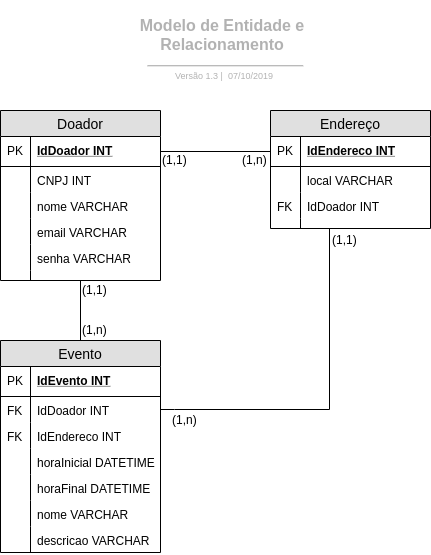
Before: docs/assets/images/doc-arquitetura/MER.png, a diagram exported from draw.io (fga-eps-mds/2019.2-FoodCare). Source tidied: cells renumbered, new cells last; positions are measured from the earlier drawing's top-left corner, leaving out a move shared by most shapes.
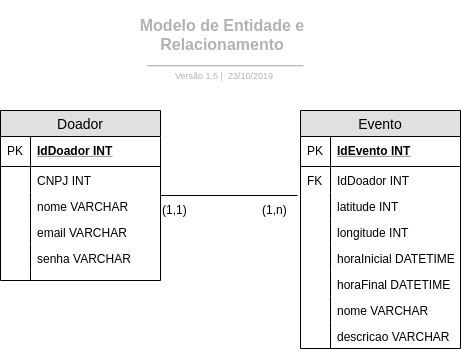
Above is the later version.

Commit message:
Refatora imagens no doc_arquitetura

Change to the diagram source:
```diff
@@ -14,7 +14,7 @@
     <mxCell id="5" style="html=1;jettySize=18;fontSize=11;strokeColor=#b2b2b2;strokeOpacity=100;strokeWidth=1.2;rounded=1;arcSize=16;startArrow=none;endArrow=none;exitX=0.11699004487890208;exitY=0.9673824779331781;exitPerimeter=1;entryX=0.892957226153803;entryY=0.9673824779331781;entryPerimeter=1;" parent="3" edge="1" source="4" target="4">
       <mxGeometry relative="1" as="geometry" />
     </mxCell>
-    <mxCell id="6" value="Versão 1.3 |&amp;nbsp; 07/10/2019" style="html=1;whiteSpace=wrap;fontSize=9;fontColor=#b2b2b2;align=center;spacingLeft=5.628;spacingRight=9.38;spacingTop=2.68;spacing=4;strokeOpacity=0;fillOpacity=0;rounded=1;absoluteArcSize=1;arcSize=9.6;fillColor=#ffffff;strokeWidth=1.2;" parent="3" vertex="1">
+    <mxCell id="6" value="Versão 1.5 |&amp;nbsp; 23/10/2019" style="html=1;whiteSpace=wrap;fontSize=9;fontColor=#b2b2b2;align=center;spacingLeft=5.628;spacingRight=9.38;spacingTop=2.68;spacing=4;strokeOpacity=0;fillOpacity=0;rounded=1;absoluteArcSize=1;arcSize=9.6;fillColor=#ffffff;strokeWidth=1.2;" parent="3" vertex="1">
       <mxGeometry x="1.7" y="65.2" width="188.3" height="17.8" as="geometry" />
     </mxCell>
     <mxCell id="7" value="Doador" style="swimlane;fontStyle=0;horizontal=1;startSize=26;fillColor=#e0e0e0;swimlaneFillColor=#ffffff;align=center;fontSize=14;" parent="1" vertex="1">
@@ -56,41 +56,11 @@
     <mxCell id="19" style="shape=partialRectangle;top=0;left=0;bottom=0;fillColor=none;align=left;verticalAlign=top;spacingLeft=4;spacingRight=4;overflow=hidden;fontSize=12;" parent="18" vertex="1">
       <mxGeometry width="30" height="10" as="geometry" />
     </mxCell>
-    <mxCell id="20" style="edgeStyle=orthogonalEdgeStyle;rounded=0;jettySize=auto;html=1;exitX=1;exitY=0.5;exitDx=0;exitDy=0;endArrow=none;endFill=0;entryX=0;entryY=0.5;entryDx=0;entryDy=0;" parent="1" edge="1" source="8" target="22">
-      <mxGeometry relative="1" as="geometry" />
-    </mxCell>
-    <mxCell id="21" value="Endereço" style="swimlane;fontStyle=0;horizontal=1;startSize=26;fillColor=#e0e0e0;swimlaneFillColor=#ffffff;align=center;fontSize=14;" parent="1" vertex="1">
-      <mxGeometry x="270" y="110" width="160" height="118" as="geometry" />
-    </mxCell>
-    <mxCell id="22" value="IdEndereco INT" style="shape=partialRectangle;top=0;left=0;right=0;bottom=1;align=left;verticalAlign=middle;fillColor=none;spacingLeft=34;spacingRight=4;overflow=hidden;points=[[0,0.5],[1,0.5]];portConstraint=eastwest;fontStyle=5;fontSize=12;" parent="21" vertex="1">
-      <mxGeometry y="26" width="160" height="30" as="geometry" />
-    </mxCell>
-    <mxCell id="23" value="PK" style="shape=partialRectangle;top=0;left=0;bottom=0;fillColor=none;align=left;verticalAlign=middle;spacingLeft=4;spacingRight=4;overflow=hidden;fontSize=12;" parent="22" vertex="1">
-      <mxGeometry width="30" height="30" as="geometry" />
-    </mxCell>
-    <mxCell id="24" value="local VARCHAR" style="shape=partialRectangle;top=0;left=0;right=0;bottom=0;align=left;verticalAlign=top;fillColor=none;spacingLeft=34;spacingRight=4;overflow=hidden;fontSize=12;" parent="21" vertex="1">
-      <mxGeometry y="56" width="160" height="26" as="geometry" />
-    </mxCell>
-    <mxCell id="25" style="shape=partialRectangle;top=0;left=0;bottom=0;fillColor=none;align=left;verticalAlign=top;spacingLeft=4;spacingRight=4;overflow=hidden;fontSize=12;" parent="24" vertex="1">
-      <mxGeometry width="30" height="26" as="geometry" />
-    </mxCell>
-    <mxCell id="26" value="IdDoador INT" style="shape=partialRectangle;top=0;left=0;right=0;bottom=0;align=left;verticalAlign=top;fillColor=none;spacingLeft=34;spacingRight=4;overflow=hidden;fontSize=12;" parent="21" vertex="1">
-      <mxGeometry y="82" width="160" height="26" as="geometry" />
-    </mxCell>
-    <mxCell id="27" value="FK" style="shape=partialRectangle;top=0;left=0;bottom=0;fillColor=none;align=left;verticalAlign=top;spacingLeft=4;spacingRight=4;overflow=hidden;fontSize=12;" parent="26" vertex="1">
-      <mxGeometry width="30" height="26" as="geometry" />
-    </mxCell>
-    <mxCell id="28" style="shape=partialRectangle;top=0;left=0;right=0;bottom=0;align=left;verticalAlign=top;fillColor=none;spacingLeft=34;spacingRight=4;overflow=hidden;points=[[0,0.5],[1,0.5]];portConstraint=eastwest;fontSize=12;" parent="21" vertex="1">
-      <mxGeometry y="108" width="160" height="10" as="geometry" />
-    </mxCell>
-    <mxCell id="29" style="shape=partialRectangle;top=0;left=0;bottom=0;fillColor=none;align=left;verticalAlign=top;spacingLeft=4;spacingRight=4;overflow=hidden;fontSize=12;" parent="28" vertex="1">
-      <mxGeometry width="30" height="10" as="geometry" />
-    </mxCell>
-    <mxCell id="30" style="edgeStyle=orthogonalEdgeStyle;rounded=0;jettySize=auto;html=1;exitX=0.5;exitY=0;exitDx=0;exitDy=0;endArrow=none;endFill=0;" parent="1" edge="1" source="31" target="7">
+    <mxCell id="30" style="edgeStyle=orthogonalEdgeStyle;rounded=0;jettySize=auto;html=1;endArrow=none;endFill=0;exitX=-0.019;exitY=0.115;exitDx=0;exitDy=0;exitPerimeter=0;" parent="1" edge="1" source="36" target="7">
       <mxGeometry relative="1" as="geometry" />
     </mxCell>
     <mxCell id="31" value="Evento" style="swimlane;fontStyle=0;horizontal=1;startSize=26;fillColor=#e0e0e0;swimlaneFillColor=#ffffff;align=center;fontSize=14;" parent="1" vertex="1">
-      <mxGeometry y="340" width="160" height="212" as="geometry" />
+      <mxGeometry x="300" y="110" width="160" height="238" as="geometry" />
     </mxCell>
     <mxCell id="32" value="IdEvento INT" style="shape=partialRectangle;top=0;left=0;right=0;bottom=1;align=left;verticalAlign=middle;fillColor=none;spacingLeft=34;spacingRight=4;overflow=hidden;points=[[0,0.5],[1,0.5]];portConstraint=eastwest;fontStyle=5;fontSize=12;" parent="31" vertex="1">
       <mxGeometry y="26" width="160" height="30" as="geometry" />
@@ -104,62 +74,47 @@
     <mxCell id="35" value="FK" style="shape=partialRectangle;top=0;left=0;bottom=0;fillColor=none;align=left;verticalAlign=top;spacingLeft=4;spacingRight=4;overflow=hidden;fontSize=12;" parent="34" vertex="1">
       <mxGeometry width="30" height="26" as="geometry" />
     </mxCell>
-    <mxCell id="36" value="IdEndereco INT" style="shape=partialRectangle;top=0;left=0;right=0;bottom=0;align=left;verticalAlign=top;fillColor=none;spacingLeft=34;spacingRight=4;overflow=hidden;points=[[0,0.5],[1,0.5]];portConstraint=eastwest;fontSize=12;" parent="31" vertex="1">
+    <mxCell id="36" value="latitude INT" style="shape=partialRectangle;top=0;left=0;right=0;bottom=0;align=left;verticalAlign=top;fillColor=none;spacingLeft=34;spacingRight=4;overflow=hidden;points=[[0,0.5],[1,0.5]];portConstraint=eastwest;fontSize=12;" parent="31" vertex="1">
       <mxGeometry y="82" width="160" height="26" as="geometry" />
     </mxCell>
-    <mxCell id="37" value="FK" style="shape=partialRectangle;top=0;left=0;bottom=0;fillColor=none;align=left;verticalAlign=top;spacingLeft=4;spacingRight=4;overflow=hidden;fontSize=12;" parent="36" vertex="1">
+    <mxCell id="37" style="shape=partialRectangle;top=0;left=0;bottom=0;fillColor=none;align=left;verticalAlign=top;spacingLeft=4;spacingRight=4;overflow=hidden;fontSize=12;" parent="36" vertex="1">
       <mxGeometry width="30" height="26" as="geometry" />
     </mxCell>
+    <mxCell id="53" value="longitude INT" style="shape=partialRectangle;top=0;left=0;right=0;bottom=0;align=left;verticalAlign=top;fillColor=none;spacingLeft=34;spacingRight=4;overflow=hidden;fontSize=12;" parent="31" vertex="1">
+      <mxGeometry y="108" width="160" height="26" as="geometry" />
+    </mxCell>
+    <mxCell id="25" style="shape=partialRectangle;top=0;left=0;bottom=0;fillColor=none;align=left;verticalAlign=top;spacingLeft=4;spacingRight=4;overflow=hidden;fontSize=12;" parent="53" vertex="1">
+      <mxGeometry width="30" height="26" as="geometry" />
+    </mxCell>
     <mxCell id="38" value="horaInicial DATETIME" style="shape=partialRectangle;top=0;left=0;right=0;bottom=0;align=left;verticalAlign=top;fillColor=none;spacingLeft=34;spacingRight=4;overflow=hidden;fontSize=12;" parent="31" vertex="1">
-      <mxGeometry y="108" width="160" height="26" as="geometry" />
+      <mxGeometry y="134" width="160" height="26" as="geometry" />
     </mxCell>
     <mxCell id="39" style="shape=partialRectangle;top=0;left=0;bottom=0;fillColor=none;align=left;verticalAlign=top;spacingLeft=4;spacingRight=4;overflow=hidden;fontSize=12;" parent="38" vertex="1">
       <mxGeometry width="30" height="26" as="geometry" />
     </mxCell>
     <mxCell id="40" value="horaFinal DATETIME" style="shape=partialRectangle;top=0;left=0;right=0;bottom=0;align=left;verticalAlign=top;fillColor=none;spacingLeft=34;spacingRight=4;overflow=hidden;fontSize=12;" parent="31" vertex="1">
-      <mxGeometry y="134" width="160" height="26" as="geometry" />
+      <mxGeometry y="160" width="160" height="26" as="geometry" />
     </mxCell>
     <mxCell id="41" style="shape=partialRectangle;top=0;left=0;bottom=0;fillColor=none;align=left;verticalAlign=top;spacingLeft=4;spacingRight=4;overflow=hidden;fontSize=12;" parent="40" vertex="1">
       <mxGeometry width="30" height="26" as="geometry" />
     </mxCell>
     <mxCell id="42" value="nome VARCHAR" style="shape=partialRectangle;top=0;left=0;right=0;bottom=0;align=left;verticalAlign=top;fillColor=none;spacingLeft=34;spacingRight=4;overflow=hidden;fontSize=12;" parent="31" vertex="1">
-      <mxGeometry y="160" width="160" height="26" as="geometry" />
+      <mxGeometry y="186" width="160" height="26" as="geometry" />
     </mxCell>
     <mxCell id="43" style="shape=partialRectangle;top=0;left=0;bottom=0;fillColor=none;align=left;verticalAlign=top;spacingLeft=4;spacingRight=4;overflow=hidden;fontSize=12;" parent="42" vertex="1">
       <mxGeometry width="30" height="26" as="geometry" />
     </mxCell>
     <mxCell id="44" value="descricao VARCHAR" style="shape=partialRectangle;top=0;left=0;right=0;bottom=0;align=left;verticalAlign=top;fillColor=none;spacingLeft=34;spacingRight=4;overflow=hidden;fontSize=12;" parent="31" vertex="1">
-      <mxGeometry y="186" width="160" height="26" as="geometry" />
+      <mxGeometry y="212" width="160" height="26" as="geometry" />
     </mxCell>
     <mxCell id="45" style="shape=partialRectangle;top=0;left=0;bottom=0;fillColor=none;align=left;verticalAlign=top;spacingLeft=4;spacingRight=4;overflow=hidden;fontSize=12;" parent="44" vertex="1">
       <mxGeometry width="30" height="26" as="geometry" />
     </mxCell>
-    <mxCell id="46" style="edgeStyle=orthogonalEdgeStyle;rounded=0;jettySize=auto;html=1;entryX=0.556;entryY=1;entryDx=0;entryDy=0;entryPerimeter=0;endArrow=none;endFill=0;exitX=1;exitY=0.5;exitDx=0;exitDy=0;" parent="1" edge="1" source="32" target="28">
-      <mxGeometry relative="1" as="geometry">
-        <Array as="points">
-          <mxPoint x="174" y="409" />
-          <mxPoint x="329" y="409" />
-          <mxPoint x="329" y="248" />
-        </Array>
-      </mxGeometry>
-    </mxCell>
-    <mxCell id="47" value="(1,1)" style="text;html=1;align=left;verticalAlign=top;spacingTop=-4;" parent="1" vertex="1">
-      <mxGeometry x="160" y="150" width="40" height="20" as="geometry" />
-    </mxCell>
-    <mxCell id="48" value="(1,n)" style="text;html=1;align=left;verticalAlign=top;spacingTop=-4;" parent="1" vertex="1">
-      <mxGeometry x="240" y="150" width="40" height="20" as="geometry" />
-    </mxCell>
     <mxCell id="49" value="(1,1)" style="text;html=1;align=left;verticalAlign=top;spacingTop=-4;" parent="1" vertex="1">
-      <mxGeometry x="80" y="280" width="40" height="20" as="geometry" />
+      <mxGeometry x="160" y="200" width="40" height="20" as="geometry" />
     </mxCell>
     <mxCell id="50" value="(1,n)" style="text;html=1;align=left;verticalAlign=top;spacingTop=-4;" parent="1" vertex="1">
-      <mxGeometry x="80" y="320" width="40" height="20" as="geometry" />
+      <mxGeometry x="260" y="200" width="40" height="20" as="geometry" />
     </mxCell>
-    <mxCell id="51" value="(1,1)" style="text;html=1;align=left;verticalAlign=top;spacingTop=-4;" parent="1" vertex="1">
-      <mxGeometry x="330" y="230" width="40" height="20" as="geometry" />
-    </mxCell>
-    <mxCell id="52" value="(1,n)" style="text;html=1;align=left;verticalAlign=top;spacingTop=-4;" parent="1" vertex="1">
-      <mxGeometry x="170" y="410" width="40" height="20" as="geometry" />
-    </mxCell>
   </root>
 </mxGraphModel>
```
